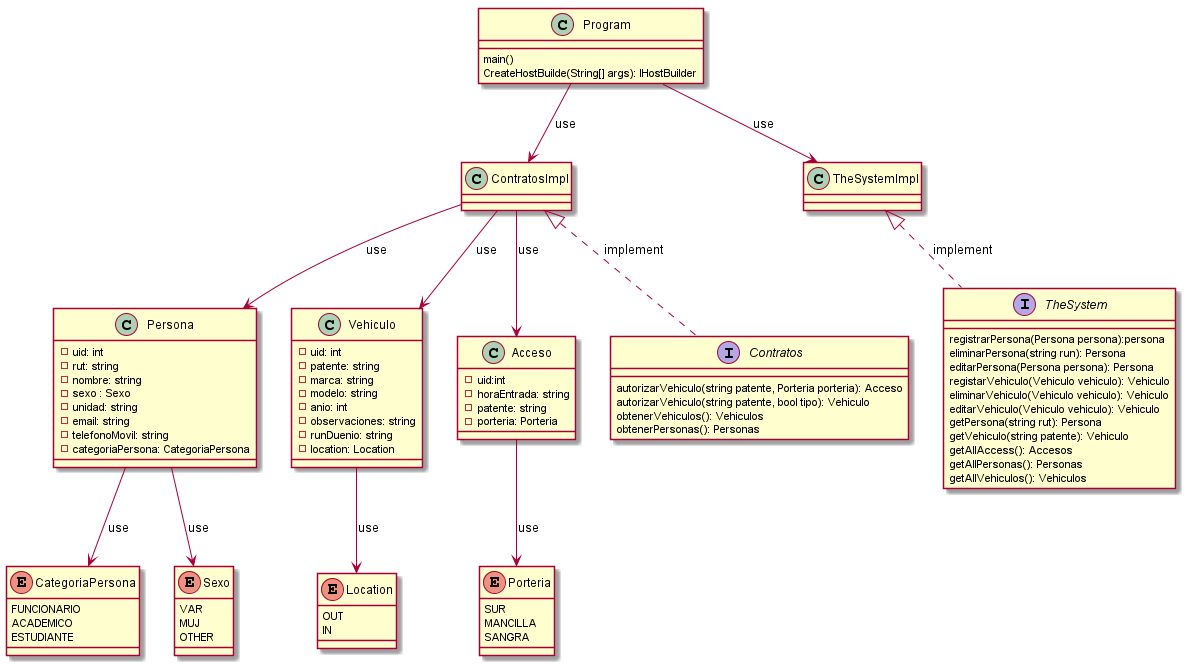
Earlier version of the PlantUML export parkingBackend/img/diagrama.png (edoxazul/parkingUCN).
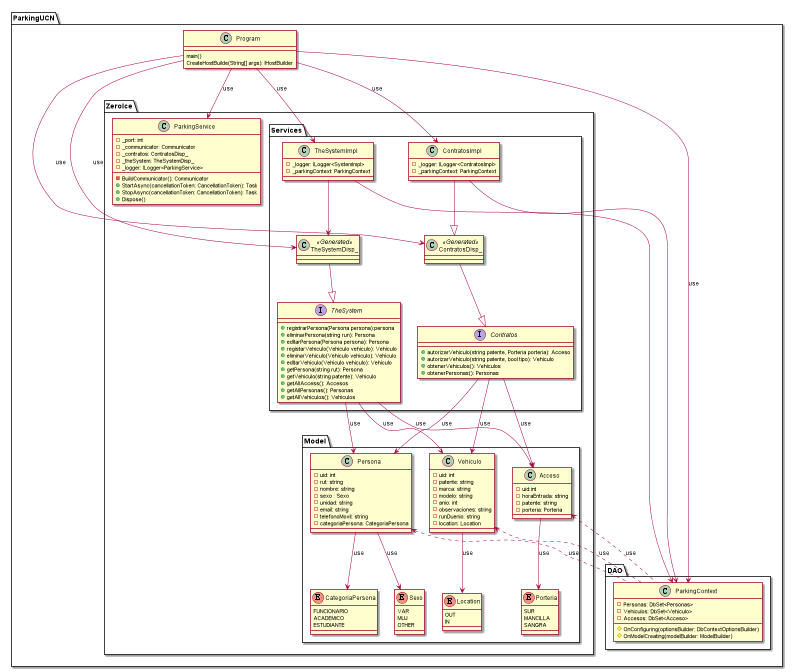
Later version of the same file.

Commit message:
refactor(backend/readme): updated diagram class

Change to the diagram source:
```diff
@@ -1,5 +1,26 @@
 @startuml
-class Persona{
+
+package ParkingUCN{
+
+    package DAO{
+
+       class ParkingContext {
+
+       - Personas: DbSet<Personas>
+       - Vehiculos: DbSet<Vehiculo>
+       - Accesos: DbSet<Acceso>
+       # OnConfiguring(optionsBuilder: DbContextOptionsBuilder)
+       # OnModelCreating(modelBuilder: ModelBuilder)
+
+       }
+    }
+
+
+package ZeroIce{
+
+    package Model{
+
+    class Persona{
     -uid: int
     -rut: string
     -nombre: string
@@ -8,32 +29,32 @@
     -email: string
     -telefonoMovil: string
     -categoriaPersona: CategoriaPersona
-}
+    }
 
-enum CategoriaPersona{
+    enum CategoriaPersona{
     FUNCIONARIO
     ACADEMICO
     ESTUDIANTE
-}
+    }
 
-enum Sexo{
+    enum Sexo{
     VAR
     MUJ
     OTHER
-}
+    }
 
-enum Location{
+    enum Location{
     OUT
     IN
-}
+    }
 
-enum Porteria{
+    enum Porteria{
     SUR
     MANCILLA
     SANGRA
-}
+    }
 
-class Vehiculo{
+    class Vehiculo{
     -uid: int
     -patente: string
     -marca: string
@@ -43,13 +64,85 @@
     -runDuenio: string
     -location: Location
 
-}
+    }
 
-class Acceso{
+    class Acceso{
     -uid:int
     -horaEntrada: string
     -patente: string
     -porteria: Porteria
+    }
+}
+
+    class ParkingService {
+        - _port: int
+        - _communicator: Communicator
+        - _contratos: ContratosDisp_
+        - _theSystem: TheSystemDisp_
+        - _logger: ILogger<ParkingService>
+        - BuildCommunicator(): Communicator
+        + StartAsync(cancellationToken: CancellationToken): Task
+        + StopAsync(cancellationToken: CancellationToken): Task
+        + Dispose()
+    }
+
+    package Services {
+
+
+
+            interface Contratos {
+                +autorizarVehiculo(string patente, Porteria porteria): Acceso
+                +autorizarVehiculo(string patente, bool tipo): Vehiculo
+                +obtenerVehiculos(): Vehiculos
+                +obtenerPersonas(): Personas
+
+            }
+            class ContratosDisp_ <<Generated>> {
+            }
+            ContratosDisp_ --|> Contratos
+
+            class ContratosImpl {
+                - _logger: ILogger<ContratosImpl>
+                - _parkingContext: ParkingContext
+            }
+
+
+            interface TheSystem {
+                +registrarPersona(Persona persona):persona
+                +eliminarPersona(string run): Persona
+                +editarPersona(Persona persona): Persona
+                +registarVehiculo(Vehiculo vehiculo): Vehiculo
+                +eliminarVehiculo(Vehiculo vehiculo): Vehiculo
+                +editarVehiculo(Vehiculo vehiculo): Vehiculo
+                +getPersona(string rut): Persona
+                +getVehiculo(string patente): Vehiculo
+                +getAllAccess(): Accesos
+                +getAllPersonas(): Personas
+                +getAllVehiculos(): Vehiculos
+
+            }
+
+            class TheSystemDisp_ <<Generated>> {
+            }
+
+            TheSystemDisp_ --|> TheSystem
+
+
+        class TheSystemImpl{
+                - _logger: ILogger<SystemImpl>
+                - _parkingContext: ParkingContext
+        }
+
+
+
+
+        Persona <.. ParkingContext: use
+        Vehiculo <.. ParkingContext: use
+        Acceso <.. ParkingContext: use
+    }
+
+
+
 }
 
 class Program {
@@ -57,45 +150,36 @@
     CreateHostBuilde(String[] args): IHostBuilder
 }
 
-interface Contratos {
-    autorizarVehiculo(string patente, Porteria porteria): Acceso
-    autorizarVehiculo(string patente, bool tipo): Vehiculo
-    obtenerVehiculos(): Vehiculos
-    obtenerPersonas(): Personas
+Program --> ContratosImpl: use
+Program --> ContratosDisp_: use
+Program --> TheSystemImpl: use
+Program --> TheSystemDisp_: use
+Program --> ParkingService: use
+Program --> ParkingContext: use
 
-}
-class ContratosImpl {
 
-}
+Contratos --> Persona: use
+Contratos --> Vehiculo: use
+Contratos --> Acceso: use
 
-interface TheSystem {
-    registrarPersona(Persona persona):persona
-    eliminarPersona(string run): Persona
-    editarPersona(Persona persona): Persona
-    registarVehiculo(Vehiculo vehiculo): Vehiculo
-    eliminarVehiculo(Vehiculo vehiculo): Vehiculo
-    editarVehiculo(Vehiculo vehiculo): Vehiculo
-    getPersona(string rut): Persona
-    getVehiculo(string patente): Vehiculo
-    getAllAccess(): Accesos
-    getAllPersonas(): Personas
-    getAllVehiculos(): Vehiculos
+TheSystem --> Persona: use
+TheSystem --> Vehiculo: use
+TheSystem --> Acceso: use
 
-}
 
-class TheSystemImpl{
 
-}
-
-Program --> ContratosImpl: use
-Program --> TheSystemImpl: use
-ContratosImpl --> Persona: use
-ContratosImpl --> Vehiculo: use
-ContratosImpl --> Acceso: use
 Persona --> CategoriaPersona: use
 Persona --> Sexo: use
 Vehiculo --> Location: use
 Acceso --> Porteria: use
-ContratosImpl<|.. Contratos: implement
-TheSystemImpl<|.. TheSystem: implement
+
+
+ContratosImpl --> ParkingContext
+ContratosImpl --|> ContratosDisp_
+
+
+TheSystemImpl --> ParkingContext
+TheSystemImpl --> TheSystemDisp_
+
+}
 @enduml
```
